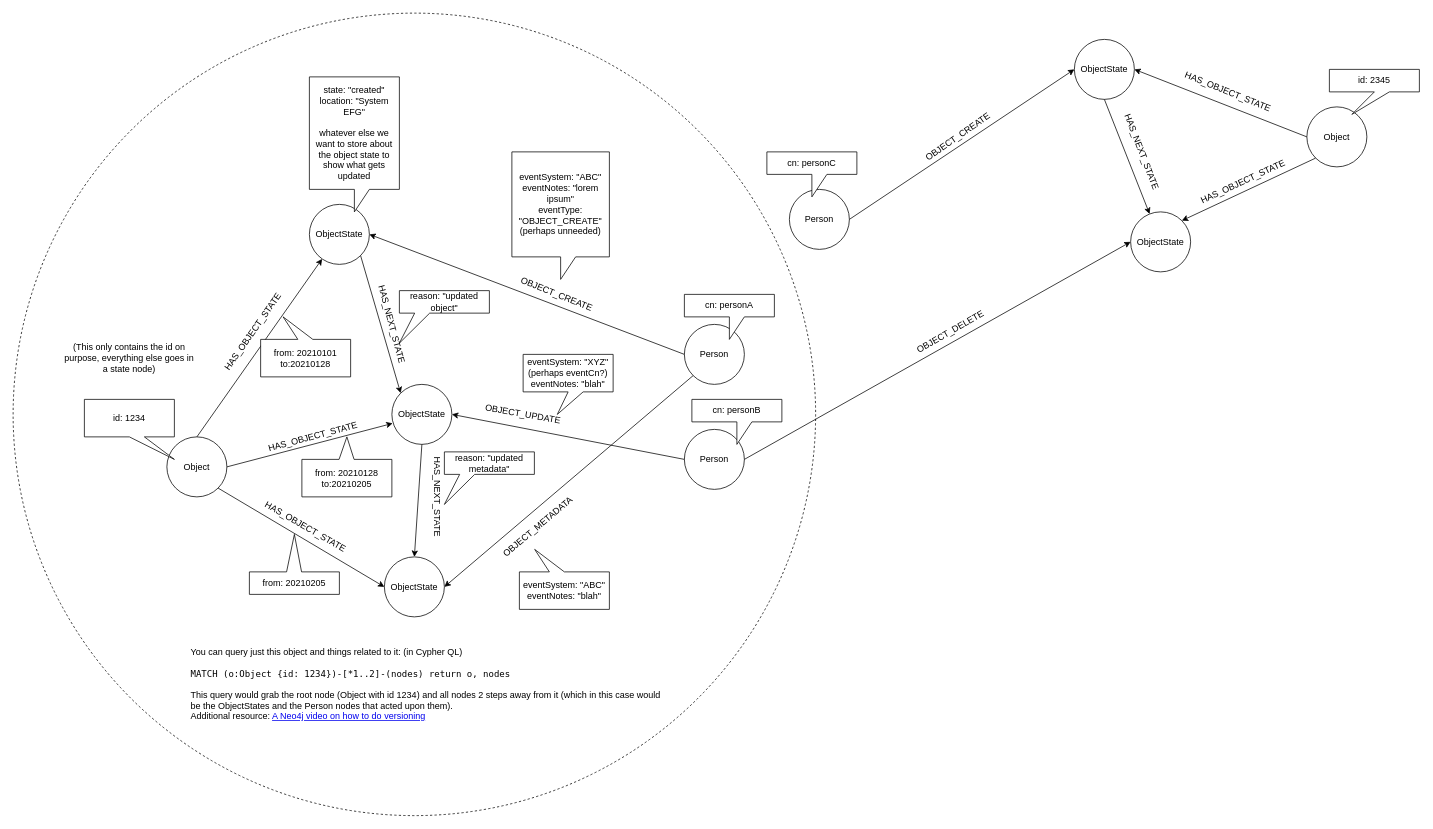
Before: page "Graph DB Example" (5 of 5) of Drawings/PandL/P&L.drawio in RMSLowside/rmslow, a draw.io diagram. Source tidied: cells renumbered, new cells numbered last; positions are measured from the earlier drawing's top-left corner, leaving out a move shared by most shapes. Both pictures are drawn from the tidied source at 75%, with x=0, y=0 at pixel (13, 13).
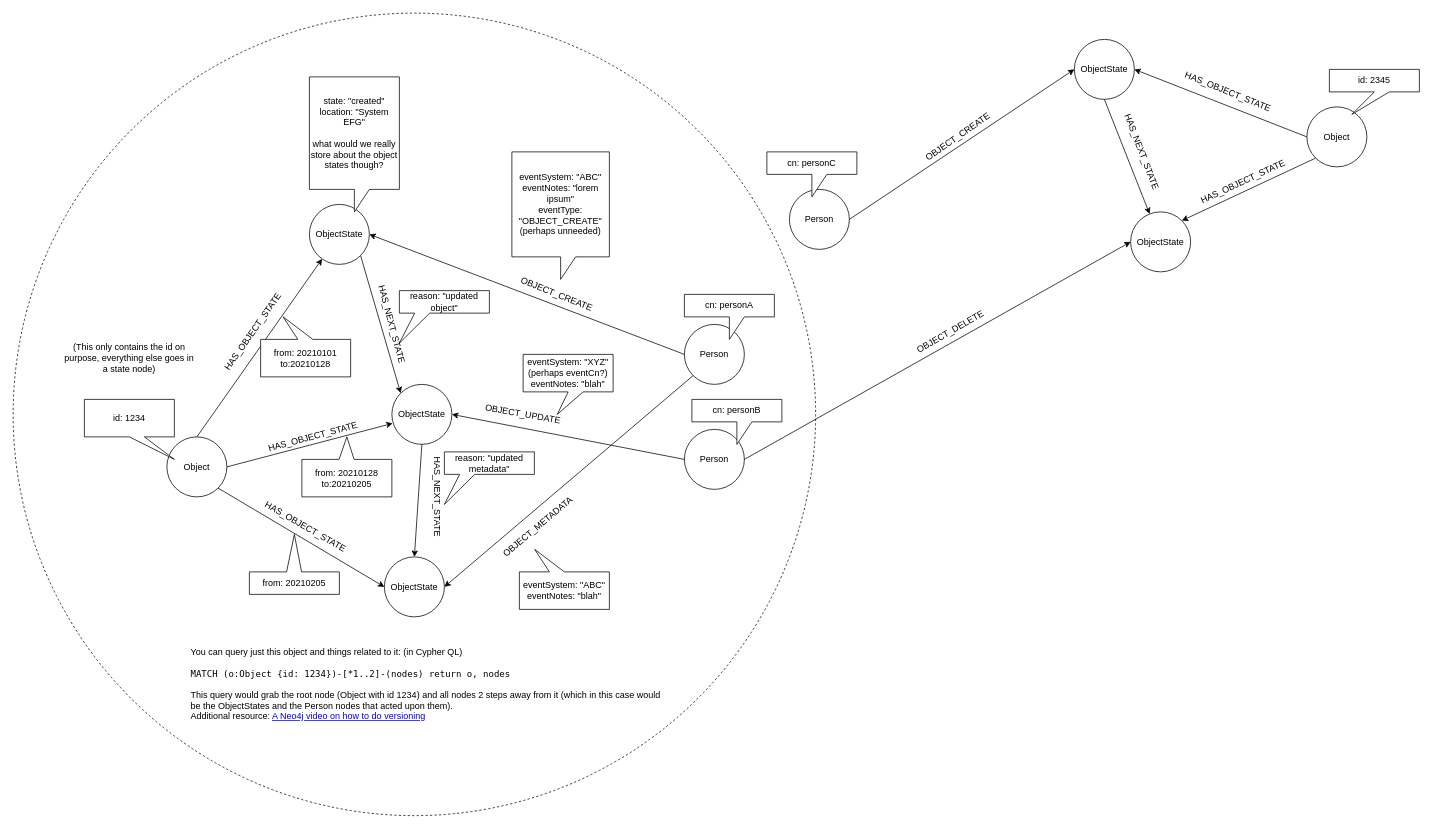
After the change.

Change to the diagram source:
```diff
@@
-    <mxCell id="17" value="state: &quot;created&quot;&lt;br&gt;location: &quot;System EFG&quot;&lt;br&gt;&lt;br&gt;whatever else we want to store about the object state to show what gets updated" style="shape=callout;whiteSpace=wrap;html=1;perimeter=calloutPerimeter;" parent="1" vertex="1">
+    <mxCell id="17" value="state: &quot;created&quot;&lt;br&gt;location: &quot;System EFG&quot;&lt;br&gt;&lt;br&gt;what would we really store about the object states though?" style="shape=callout;whiteSpace=wrap;html=1;perimeter=calloutPerimeter;" parent="1" vertex="1">
       <mxGeometry x="395" y="85" width="120" height="180" as="geometry" />
     </mxCell>
```
